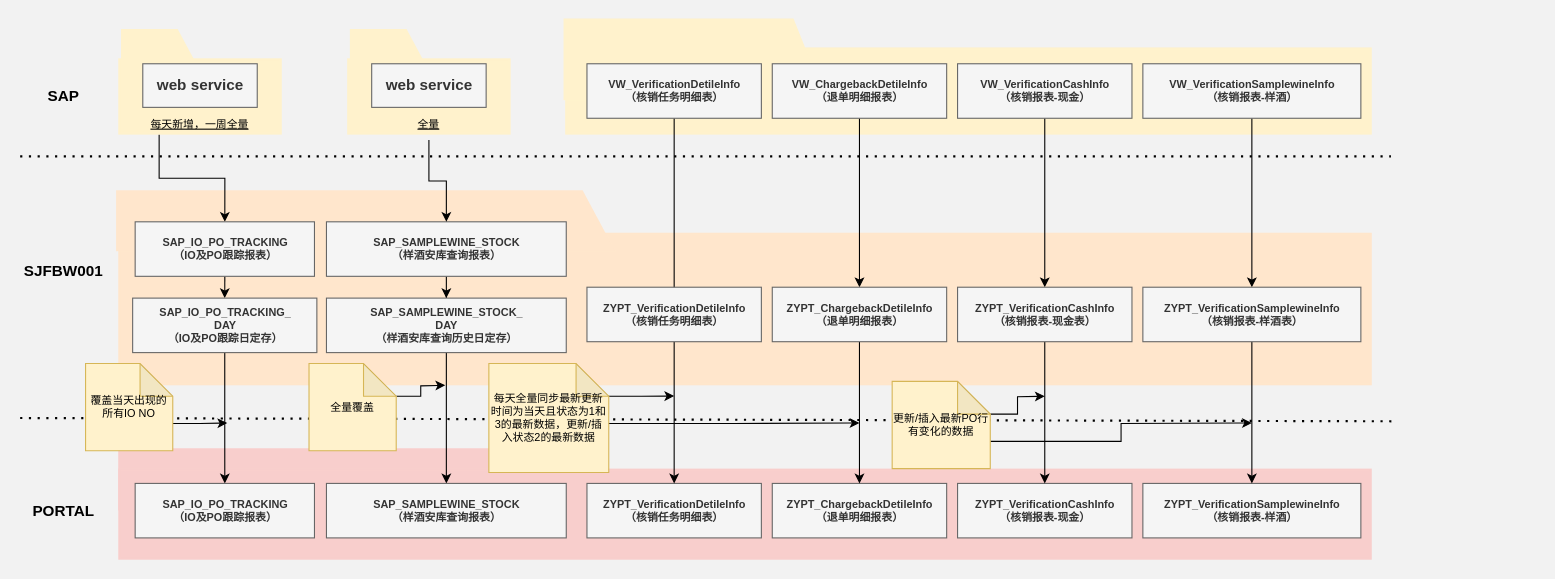
This is Untitled Diagram.drawio from ztacode/drawio, a draw.io file, before an edit. Source tidied: cells renumbered, new cells numbered last; positions are measured from the earlier drawing's top-left corner, leaving out a move shared by most shapes. Both pictures are drawn from the tidied source at 109%, with x=0, y=0 at pixel (20, -73).
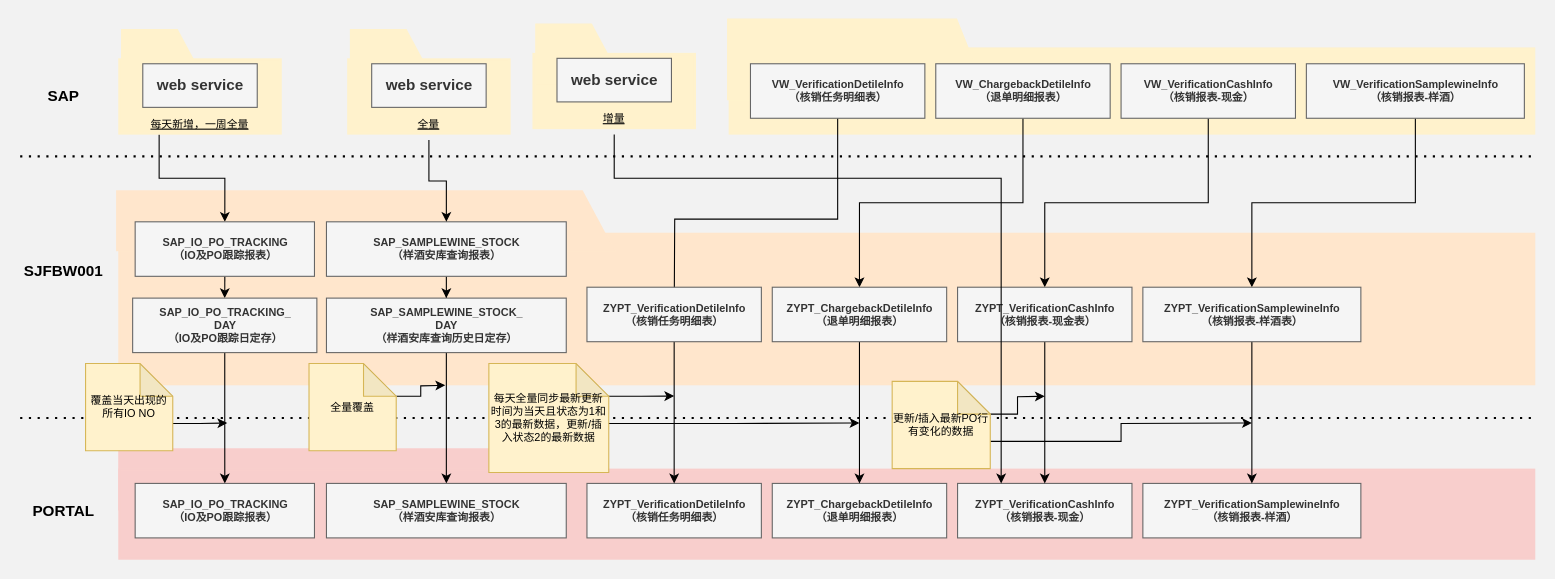
The same diagram, later.

The change refers to these unchanged cells:
```xml
<mxCell id="28" value="ZYPT_VerificationCashInfo&lt;br&gt;（核销报表-现金）" style="text;strokeColor=#666666;fillColor=#f5f5f5;html=1;fontSize=10;fontStyle=1;verticalAlign=middle;align=center;rounded=0;shadow=0;sketch=0;arcSize=12;strokeWidth=1;fontColor=#333333;" parent="1" vertex="1">
  <mxGeometry x="860" y="510" width="160" height="50" as="geometry" />
</mxCell>
```

The edit, as a diff of the source:
```diff
@@
     <mxCell id="2" style="shape=ext;double=1;rounded=0;whiteSpace=wrap;html=1;shadow=0;sketch=0;fillColor=#fff2cc;strokeColor=none;" parent="1" vertex="1">
-      <mxGeometry x="500" y="110" width="740" height="80" as="geometry" />
+      <mxGeometry x="650" y="110" width="740" height="80" as="geometry" />
     </mxCell>
     <mxCell id="3" style="shape=manualInput;whiteSpace=wrap;html=1;rounded=0;shadow=0;sketch=0;rotation=90;fillColor=#fff2cc;strokeColor=none;" parent="1" vertex="1">
-      <mxGeometry x="581.5" y="0.5" width="75" height="241" as="geometry" />
+      <mxGeometry x="731.5" y="0.5" width="75" height="241" as="geometry" />
     </mxCell>
@@
     <mxCell id="5" style="shape=ext;double=1;rounded=0;whiteSpace=wrap;html=1;shadow=0;sketch=0;fillColor=#f8cecc;strokeColor=none;" parent="1" vertex="1">
-      <mxGeometry x="90" y="496.4" width="1150" height="83.6" as="geometry" />
+      <mxGeometry x="90" y="496.4" width="1300" height="83.6" as="geometry" />
     </mxCell>
     <mxCell id="6" style="shape=ext;double=1;rounded=0;whiteSpace=wrap;html=1;shadow=0;sketch=0;fillColor=#ffe6cc;strokeColor=none;" parent="1" vertex="1">
-      <mxGeometry x="90" y="280" width="1150" height="140" as="geometry" />
+      <mxGeometry x="90" y="280" width="1300" height="140" as="geometry" />
     </mxCell>
@@
     <mxCell id="10" style="endArrow=none;dashed=1;html=1;dashPattern=1 3;strokeWidth=2;rounded=0;fontSize=14;" parent="1" edge="1">
       <mxGeometry relative="1" as="geometry">
         <mxPoint y="210" as="sourcePoint" />
-        <mxPoint x="1257.6" y="210" as="targetPoint" />
+        <mxPoint x="1390" y="210" as="targetPoint" />
       </mxGeometry>
     </mxCell>
@@
     <mxCell id="19" value="VW_VerificationDetileInfo&lt;br&gt;（核销任务明细表）" style="text;html=1;fontSize=10;fontStyle=1;verticalAlign=middle;align=center;rounded=0;shadow=0;sketch=0;arcSize=12;strokeWidth=1;fillColor=#f5f5f5;strokeColor=#666666;fontColor=#333333;" parent="1" vertex="1">
-      <mxGeometry x="520" y="125" width="160" height="50" as="geometry" />
+      <mxGeometry x="670" y="125" width="160" height="50" as="geometry" />
     </mxCell>
@@
     <mxCell id="21" value="VW_ChargebackDetileInfo&lt;br&gt;（退单明细报表）" style="text;html=1;fontSize=10;fontStyle=1;verticalAlign=middle;align=center;rounded=0;shadow=0;sketch=0;arcSize=12;strokeWidth=1;fillColor=#f5f5f5;fontColor=#333333;strokeColor=#666666;" parent="1" vertex="1">
-      <mxGeometry x="690" y="125" width="160" height="50" as="geometry" />
+      <mxGeometry x="840" y="125" width="160" height="50" as="geometry" />
     </mxCell>
@@
     <mxCell id="23" value="VW_VerificationCashInfo&lt;br&gt;（核销报表-现金）" style="text;strokeColor=#666666;fillColor=#f5f5f5;html=1;fontSize=10;fontStyle=1;verticalAlign=middle;align=center;rounded=0;shadow=0;sketch=0;arcSize=12;strokeWidth=1;fontColor=#333333;" parent="1" vertex="1">
-      <mxGeometry x="860" y="125" width="160" height="50" as="geometry" />
+      <mxGeometry x="1010" y="125" width="160" height="50" as="geometry" />
     </mxCell>
@@
     <mxCell id="25" value="VW_VerificationSamplewineInfo&lt;br&gt;（核销报表-样酒）" style="text;strokeColor=#666666;fillColor=#f5f5f5;html=1;fontSize=10;fontStyle=1;verticalAlign=middle;align=center;rounded=0;shadow=0;sketch=0;arcSize=12;strokeWidth=1;fontColor=#333333;" parent="1" vertex="1">
-      <mxGeometry x="1030" y="125" width="200" height="50" as="geometry" />
+      <mxGeometry x="1180" y="125" width="200" height="50" as="geometry" />
     </mxCell>
@@
     <mxCell id="30" style="endArrow=none;dashed=1;html=1;dashPattern=1 3;strokeWidth=2;rounded=0;fontSize=14;startArrow=none;" parent="1" edge="1">
       <mxGeometry relative="1" as="geometry">
         <mxPoint y="450" as="sourcePoint" />
-        <mxPoint x="1258" y="453" as="targetPoint" />
+        <mxPoint x="1390" y="450" as="targetPoint" />
       </mxGeometry>
     </mxCell>
@@
+    <mxCell id="63" style="shape=ext;double=1;rounded=0;whiteSpace=wrap;html=1;shadow=0;sketch=0;fillColor=#fff2cc;strokeColor=none;" parent="1" vertex="1">
+      <mxGeometry x="470" y="115" width="150" height="70" as="geometry" />
+    </mxCell>
+    <mxCell id="64" style="edgeStyle=orthogonalEdgeStyle;rounded=0;jettySize=auto;html=1;exitX=0.5;exitY=1;exitDx=0;exitDy=0;entryX=0.25;entryY=0;entryDx=0;entryDy=0;" parent="1" edge="1" source="65" target="28">
+      <mxGeometry relative="1" as="geometry">
+        <Array as="points">
+          <mxPoint x="545" y="230" />
+          <mxPoint x="900" y="230" />
+        </Array>
+      </mxGeometry>
+    </mxCell>
+    <mxCell id="65" value="增量" style="text;html=1;strokeColor=none;fillColor=none;align=center;verticalAlign=middle;whiteSpace=wrap;rounded=0;shadow=0;sketch=0;fontSize=10;fontStyle=4;" parent="1" vertex="1">
+      <mxGeometry x="480" y="160" width="130" height="30" as="geometry" />
+    </mxCell>
+    <mxCell id="66" style="shape=manualInput;whiteSpace=wrap;html=1;rounded=0;shadow=0;sketch=0;rotation=90;fillColor=#fff2cc;strokeColor=none;" parent="1" vertex="1">
+      <mxGeometry x="485.5" y="75" width="56" height="82" as="geometry" />
+    </mxCell>
+    <mxCell id="67" value="web service" style="text;strokeColor=#666666;fillColor=#f5f5f5;html=1;fontSize=14;fontStyle=1;verticalAlign=middle;align=center;rounded=0;shadow=0;sketch=0;arcSize=12;strokeWidth=1;fontColor=#333333;" parent="1" vertex="1">
+      <mxGeometry x="492.5" y="120" width="105" height="40" as="geometry" />
+    </mxCell>
```
